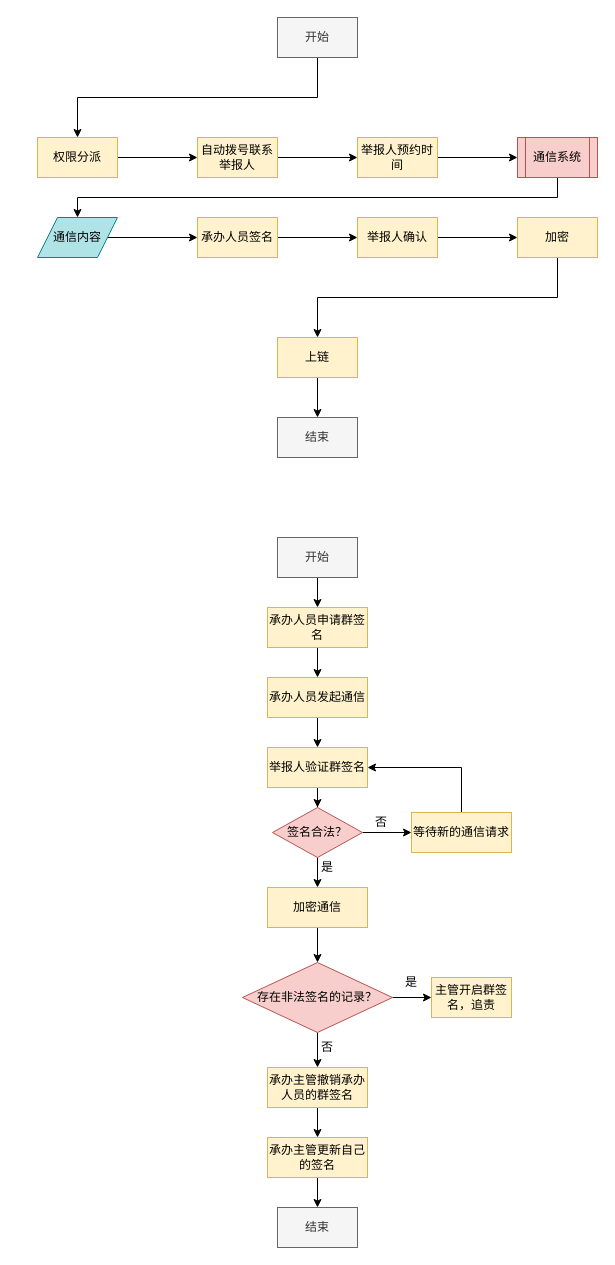
This is anonymous_communication_system.drawio from jiang-111/crispy-parakeet, a draw.io file, before an edit. Source tidied: cells renumbered, new cells numbered last; positions are measured from the earlier drawing's top-left corner, leaving out a move shared by most shapes. Both pictures are drawn from the tidied source at 100%, with x=0, y=0 at pixel (37, 17).
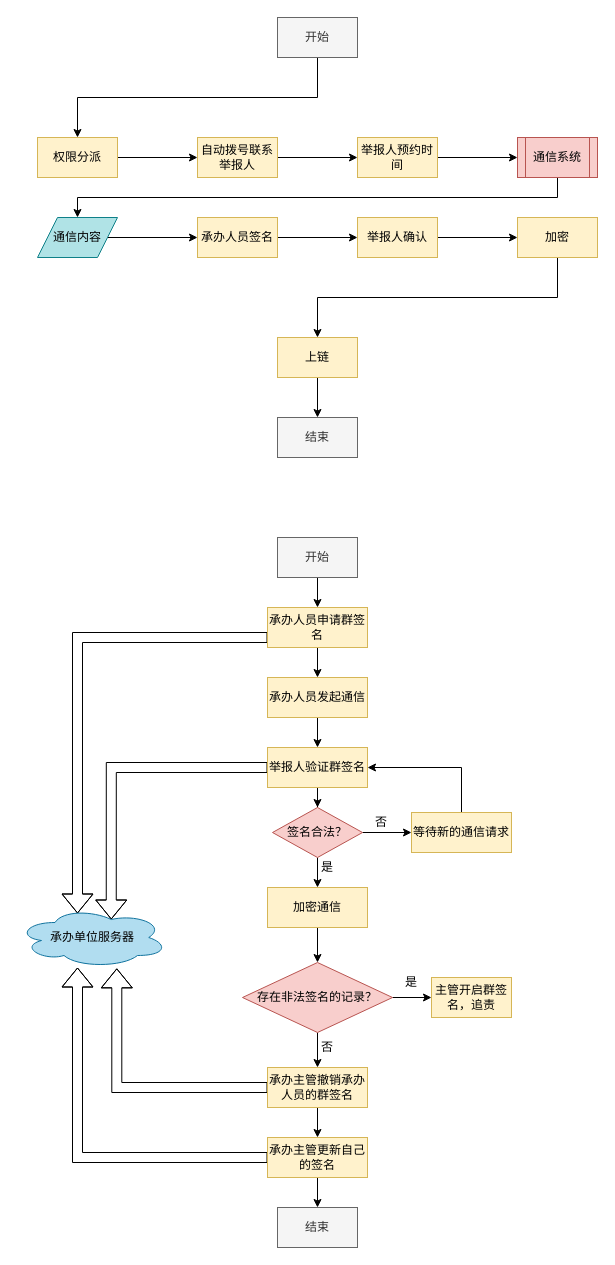
The same diagram, later.

Unchanged cells that the change refers to:
```xml
<mxCell id="26" value="承办人员申请群签名" style="rounded=0;whiteSpace=wrap;html=1;fillColor=#fff2cc;strokeColor=#d6b656;" parent="1" vertex="1">
  <mxGeometry x="230" y="590" width="100" height="40" as="geometry" />
</mxCell>
<mxCell id="28" value="举报人验证群签名" style="rounded=0;whiteSpace=wrap;html=1;fillColor=#fff2cc;strokeColor=#d6b656;" parent="1" vertex="1">
  <mxGeometry x="230" y="730" width="100" height="40" as="geometry" />
</mxCell>
<mxCell id="45" value="承办主管撤销承办人员的群签名" style="rounded=0;whiteSpace=wrap;html=1;fillColor=#fff2cc;strokeColor=#d6b656;" parent="1" vertex="1">
  <mxGeometry x="230" y="1050" width="100" height="40" as="geometry" />
</mxCell>
<mxCell id="47" value="承办主管更新自己的签名" style="rounded=0;whiteSpace=wrap;html=1;fillColor=#fff2cc;strokeColor=#d6b656;" parent="1" vertex="1">
  <mxGeometry x="230" y="1120" width="100" height="40" as="geometry" />
</mxCell>
```

What changed in the source:
```diff
@@
+    <mxCell id="51" style="edgeStyle=orthogonalEdgeStyle;rounded=0;jettySize=auto;html=1;exitX=0;exitY=0.75;exitDx=0;exitDy=0;entryX=0.4;entryY=0.1;entryDx=0;entryDy=0;entryPerimeter=0;shape=flexArrow;" parent="1" edge="1" source="26" target="55">
+      <mxGeometry relative="1" as="geometry" />
+    </mxCell>
@@
+    <mxCell id="52" style="edgeStyle=orthogonalEdgeStyle;rounded=0;jettySize=auto;html=1;entryX=0.625;entryY=0.2;entryDx=0;entryDy=0;entryPerimeter=0;shape=flexArrow;" parent="1" edge="1" source="28" target="55">
+      <mxGeometry relative="1" as="geometry" />
+    </mxCell>
@@
+    <mxCell id="53" style="edgeStyle=orthogonalEdgeStyle;rounded=0;jettySize=auto;html=1;entryX=0.662;entryY=1.014;entryDx=0;entryDy=0;entryPerimeter=0;shape=flexArrow;" parent="1" edge="1" source="45" target="55">
+      <mxGeometry relative="1" as="geometry" />
+    </mxCell>
@@
+    <mxCell id="54" style="edgeStyle=orthogonalEdgeStyle;rounded=0;jettySize=auto;html=1;entryX=0.4;entryY=1;entryDx=0;entryDy=0;entryPerimeter=0;shape=flexArrow;" parent="1" edge="1" source="47" target="55">
+      <mxGeometry relative="1" as="geometry" />
+    </mxCell>
@@
+    <mxCell id="55" value="承办单位服务器" style="ellipse;shape=cloud;whiteSpace=wrap;html=1;fillColor=#b1ddf0;strokeColor=#10739e;" parent="1" vertex="1">
+      <mxGeometry x="-20" y="890" width="150" height="60" as="geometry" />
+    </mxCell>
```
